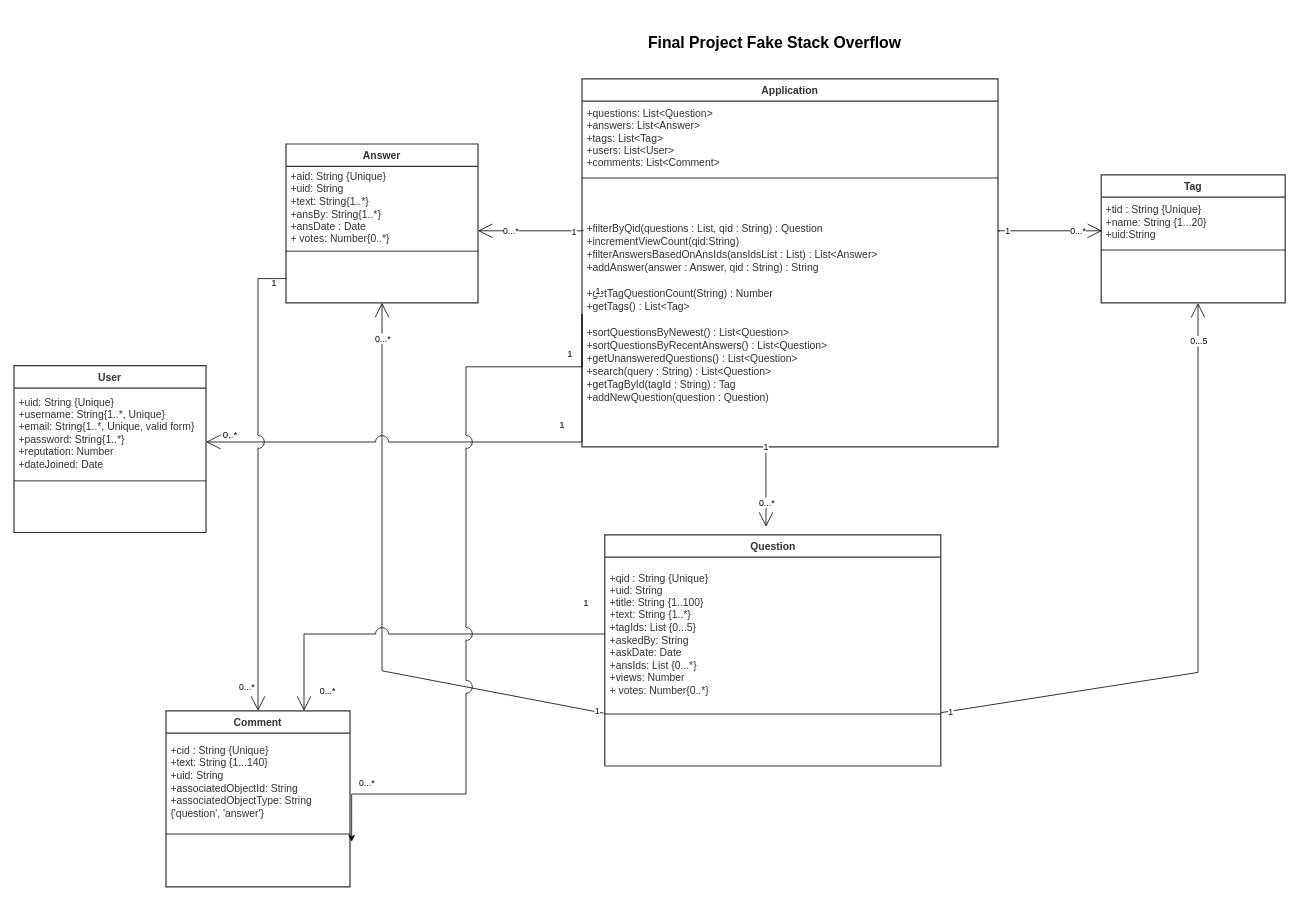
Above: page "UML" (1 of 11) of design/FakeStackOverflow.drawio in malhar212/stackoverflow-clone (draw.io), before the change. Source tidied: cells renumbered, new cells numbered last; positions are measured from the earlier drawing's top-left corner, leaving out a move shared by most shapes. Both pictures are drawn from the tidied source at 80%, with x=0, y=0 at pixel (14, 14).
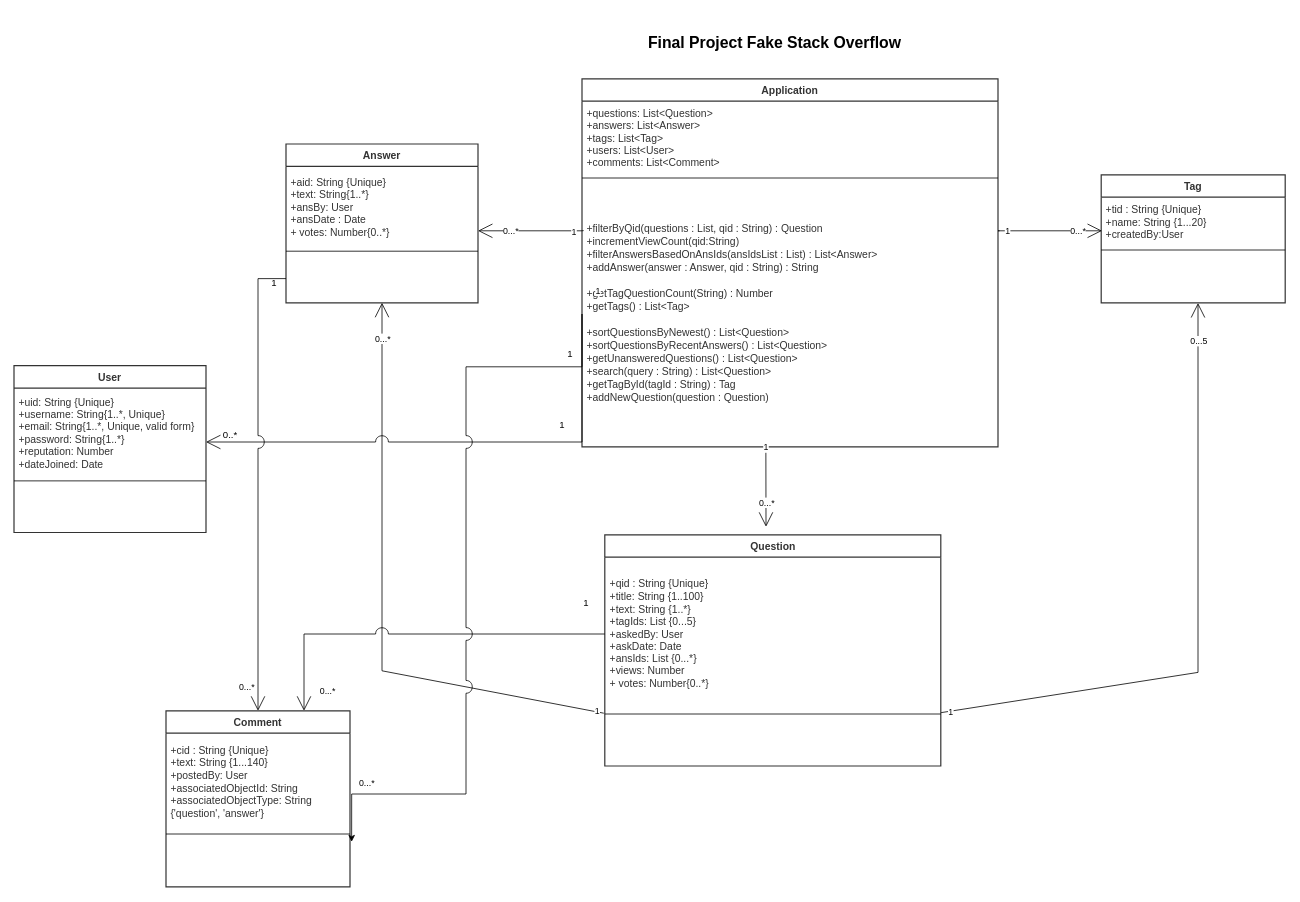
After the change.

Unchanged cells that the change refers to:
```xml
<mxCell id="9" value="Answer" style="html=1;overflow=block;blockSpacing=1;swimlane;horizontal=1;swimlaneFillColor=#ffffff;startSize=28;whiteSpace=wrap;fontSize=13;fontColor=#333333;fontStyle=1;align=center;spacing=0;strokeColor=#333333;strokeOpacity=100;strokeWidth=1.5;" parent="1" vertex="1">
  <mxGeometry x="340" y="162.5" width="240" height="198.5" as="geometry" />
</mxCell>
<mxCell id="13" value="Question" style="html=1;overflow=block;blockSpacing=1;swimlane;horizontal=1;swimlaneFillColor=#ffffff;startSize=28;whiteSpace=wrap;fontSize=13;fontColor=#333333;fontStyle=1;align=center;spacing=0;strokeColor=#333333;strokeOpacity=100;strokeWidth=1.5;" parent="1" vertex="1">
  <mxGeometry x="738.5" y="651" width="420" height="289" as="geometry" />
</mxCell>
<mxCell id="17" value="Tag" style="html=1;overflow=block;blockSpacing=1;swimlane;horizontal=1;swimlaneFillColor=#ffffff;startSize=28;whiteSpace=wrap;fontSize=13;fontColor=#333333;fontStyle=1;align=center;spacing=0;strokeColor=#333333;strokeOpacity=100;strokeWidth=1.5;" parent="1" vertex="1">
  <mxGeometry x="1359" y="201" width="230" height="160" as="geometry" />
</mxCell>
<mxCell id="46" value="Comment" style="html=1;overflow=block;blockSpacing=1;swimlane;horizontal=1;swimlaneFillColor=#ffffff;startSize=28;whiteSpace=wrap;fontSize=13;fontColor=#333333;fontStyle=1;align=center;spacing=0;strokeColor=#333333;strokeOpacity=100;strokeWidth=1.5;" parent="1" vertex="1">
  <mxGeometry x="190" y="871" width="230" height="220" as="geometry" />
</mxCell>
```

The edit, as a diff of the source:
```diff
@@
-    <mxCell id="10" value="+aid: String {Unique}&lt;br&gt;+uid: String&lt;br&gt;+text: String{1..*}&lt;br&gt;+ansBy: String{1..*}&lt;br&gt;+ansDate : Date&lt;br&gt;+ votes: Number{0..*}" style="html=1;strokeColor=none;fillColor=none;align=left;verticalAlign=middle;spacingLeft=4;spacingRight=4;overflow=hidden;swimlaneFillColor=#ffffff;strokeOpacity=100;whiteSpace=wrap;fontSize=13;fontColor=#333333;" parent="9" vertex="1">
+    <mxCell id="10" value="+aid: String {Unique}&lt;br&gt;+text: String{1..*}&lt;br&gt;+ansBy: User&lt;br&gt;+ansDate : Date&lt;br&gt;+ votes: Number{0..*}" style="html=1;strokeColor=none;fillColor=none;align=left;verticalAlign=middle;spacingLeft=4;spacingRight=4;overflow=hidden;swimlaneFillColor=#ffffff;strokeOpacity=100;whiteSpace=wrap;fontSize=13;fontColor=#333333;" parent="9" vertex="1">
       <mxGeometry y="28" width="240" height="102" as="geometry" />
     </mxCell>
@@
-    <mxCell id="14" value="+qid : String {Unique}&lt;br&gt;+uid: String&lt;br&gt;+title: String {1..100}&lt;br&gt;+text: String {1..*}&lt;br&gt;+tagIds: List {0...5}&lt;br&gt;+askedBy: String &lt;br&gt;+askDate: Date&lt;br&gt;+ansIds: List {0...*}&lt;br&gt;+views: Number&lt;br&gt;+ votes: Number{0..*}" style="html=1;strokeColor=none;fillColor=none;align=left;verticalAlign=middle;spacingLeft=4;spacingRight=4;overflow=hidden;points=[[0,0.5],[1,0.5]];portConstraint=eastwest;swimlaneFillColor=#ffffff;strokeOpacity=100;whiteSpace=wrap;fontSize=13;fontColor=#333333;" parent="13" vertex="1">
+    <mxCell id="14" value="+qid : String {Unique}&lt;br&gt;+title: String {1..100}&lt;br&gt;+text: String {1..*}&lt;br&gt;+tagIds: List {0...5}&lt;br&gt;+askedBy: User&lt;br&gt;+askDate: Date&lt;br&gt;+ansIds: List {0...*}&lt;br&gt;+views: Number&lt;br&gt;+ votes: Number{0..*}" style="html=1;strokeColor=none;fillColor=none;align=left;verticalAlign=middle;spacingLeft=4;spacingRight=4;overflow=hidden;points=[[0,0.5],[1,0.5]];portConstraint=eastwest;swimlaneFillColor=#ffffff;strokeOpacity=100;whiteSpace=wrap;fontSize=13;fontColor=#333333;" parent="13" vertex="1">
       <mxGeometry y="28" width="420" height="192" as="geometry" />
     </mxCell>
@@
-    <mxCell id="18" value="+tid : String {Unique}&lt;br&gt;+name: String {1...20}&lt;br&gt;+uid:String" style="html=1;strokeColor=none;fillColor=none;align=left;verticalAlign=middle;spacingLeft=4;spacingRight=4;overflow=hidden;swimlaneFillColor=#ffffff;strokeOpacity=100;whiteSpace=wrap;fontSize=13;fontColor=#333333;" parent="17" vertex="1">
+    <mxCell id="18" value="+tid : String {Unique}&lt;br&gt;+name: String {1...20}&lt;br&gt;+createdBy:User" style="html=1;strokeColor=none;fillColor=none;align=left;verticalAlign=middle;spacingLeft=4;spacingRight=4;overflow=hidden;swimlaneFillColor=#ffffff;strokeOpacity=100;whiteSpace=wrap;fontSize=13;fontColor=#333333;" parent="17" vertex="1">
       <mxGeometry y="28" width="230" height="62" as="geometry" />
     </mxCell>
@@
-    <mxCell id="47" value="+cid : String {Unique}&lt;br&gt;+text: String {1...140}&lt;br&gt;+uid: String&lt;br&gt;+associatedObjectId: String&lt;br&gt;+associatedObjectType: String {'question', 'answer'}" style="html=1;strokeColor=none;fillColor=none;align=left;verticalAlign=middle;spacingLeft=4;spacingRight=4;overflow=hidden;swimlaneFillColor=#ffffff;strokeOpacity=100;whiteSpace=wrap;fontSize=13;fontColor=#333333;" parent="46" vertex="1">
+    <mxCell id="47" value="+cid : String {Unique}&lt;br&gt;+text: String {1...140}&lt;br&gt;+postedBy: User&lt;br&gt;+associatedObjectId: String&lt;br&gt;+associatedObjectType: String {'question', 'answer'}" style="html=1;strokeColor=none;fillColor=none;align=left;verticalAlign=middle;spacingLeft=4;spacingRight=4;overflow=hidden;swimlaneFillColor=#ffffff;strokeOpacity=100;whiteSpace=wrap;fontSize=13;fontColor=#333333;" parent="46" vertex="1">
       <mxGeometry y="28" width="230" height="122" as="geometry" />
     </mxCell>
```
